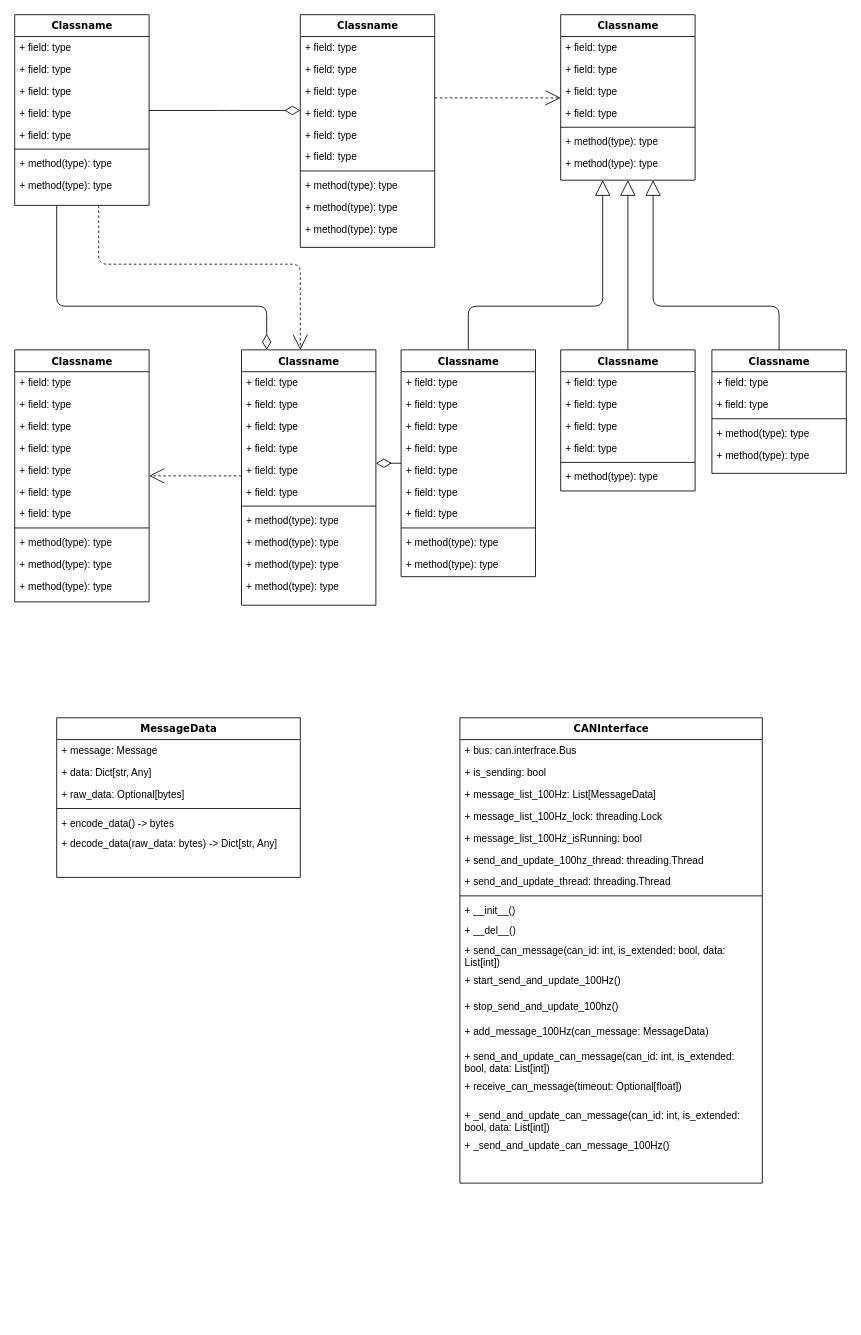
Earlier version of the draw.io diagram Software Diagram.drawio (RaheelFarouk/FSAE-Automated-Regression-Tester). Source tidied: cells renumbered, new cells numbered last; positions are measured from the earlier drawing's top-left corner, leaving out a move shared by most shapes. Both pictures are drawn from the tidied source at 84%, with x=0, y=0 at pixel (14, 14).
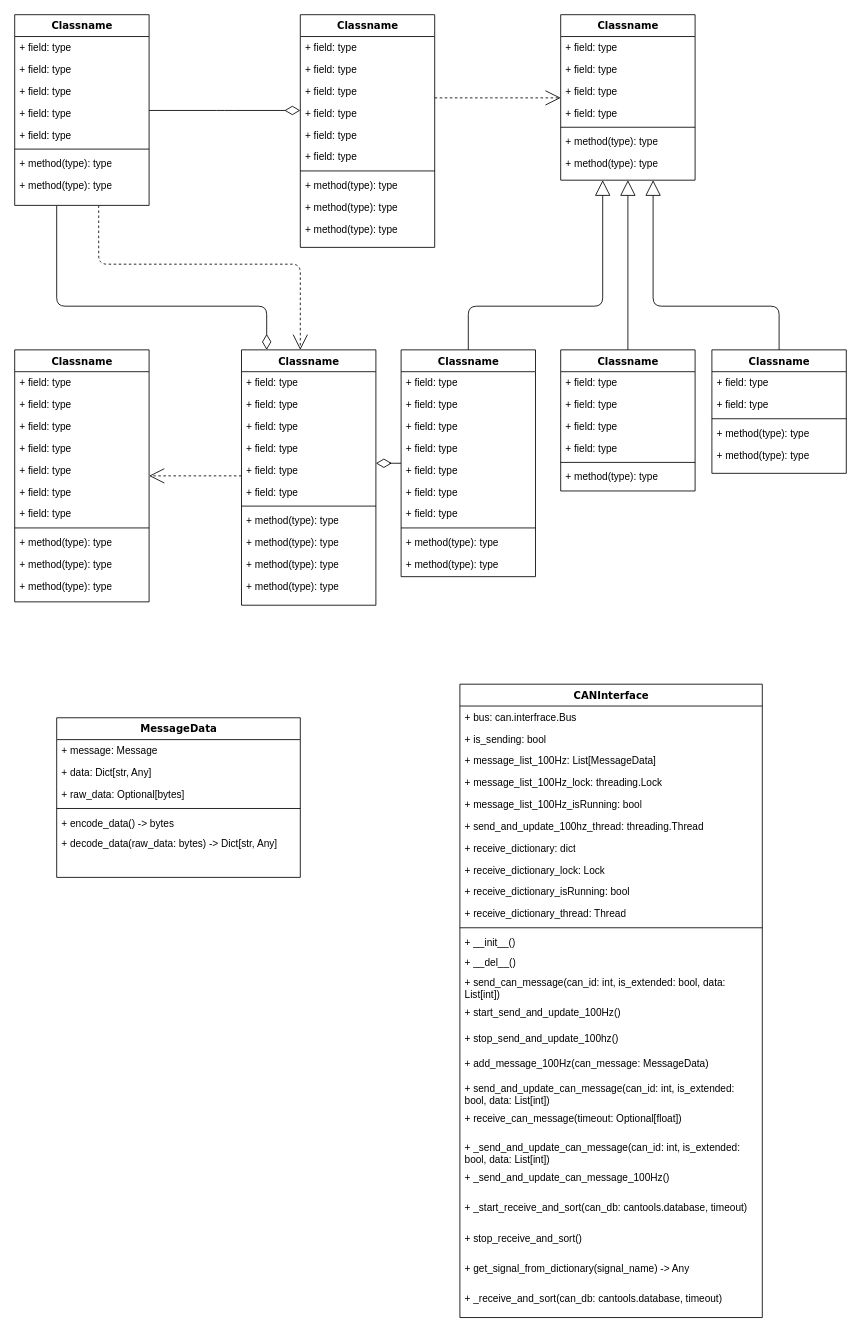
The same diagram, later.

Change to the diagram source:
```diff
@@
     <mxCell id="87" value="CANInterface" style="swimlane;html=1;fontStyle=1;align=center;verticalAlign=top;horizontal=1;startSize=26;swimlaneFillColor=#ffffff;rounded=0;shadow=0;comic=0;labelBackgroundColor=none;strokeWidth=1;fillColor=none;fontFamily=Verdana;fontSize=12;" parent="1" vertex="1">
-      <mxGeometry x="530" y="837" width="360" height="554" as="geometry" />
+      <mxGeometry x="530" y="797" width="360" height="754" as="geometry" />
     </mxCell>
@@
-    <mxCell id="94" value="+&amp;nbsp;send_and_update_thread: threading.Thread" style="text;html=1;strokeColor=none;fillColor=none;align=left;verticalAlign=top;spacingLeft=4;spacingRight=4;whiteSpace=wrap;overflow=hidden;" parent="87" vertex="1">
+    <mxCell id="94" value="+&amp;nbsp;receive_dictionary: dict " style="text;html=1;strokeColor=none;fillColor=none;align=left;verticalAlign=top;spacingLeft=4;spacingRight=4;whiteSpace=wrap;overflow=hidden;" parent="87" vertex="1">
       <mxGeometry y="182" width="360" height="26" as="geometry" />
     </mxCell>
+    <mxCell id="113" value="+&amp;nbsp;receive_dictionary_lock: Lock" style="text;html=1;strokeColor=none;fillColor=none;align=left;verticalAlign=top;spacingLeft=4;spacingRight=4;whiteSpace=wrap;overflow=hidden;" parent="87" vertex="1">
+      <mxGeometry y="208" width="360" height="26" as="geometry" />
+    </mxCell>
+    <mxCell id="114" value="+&amp;nbsp;receive_dictionary_isRunning: bool" style="text;html=1;strokeColor=none;fillColor=none;align=left;verticalAlign=top;spacingLeft=4;spacingRight=4;whiteSpace=wrap;overflow=hidden;" parent="87" vertex="1">
+      <mxGeometry y="234" width="360" height="26" as="geometry" />
+    </mxCell>
+    <mxCell id="115" value="+&amp;nbsp;receive_dictionary_thread: Thread" style="text;html=1;strokeColor=none;fillColor=none;align=left;verticalAlign=top;spacingLeft=4;spacingRight=4;whiteSpace=wrap;overflow=hidden;" parent="87" vertex="1">
+      <mxGeometry y="260" width="360" height="26" as="geometry" />
+    </mxCell>
     <mxCell id="95" style="line;html=1;strokeWidth=1;fillColor=none;align=left;verticalAlign=middle;spacingTop=-1;spacingLeft=3;spacingRight=3;labelPosition=right;" parent="87" vertex="1">
-      <mxGeometry y="208" width="360" height="8" as="geometry" />
+      <mxGeometry y="286" width="360" height="8" as="geometry" />
     </mxCell>
     <mxCell id="96" value="+&amp;nbsp;&lt;span class=&quot;hljs-title function_ invoke__&quot;&gt;__init__&lt;/span&gt;()" style="text;html=1;strokeColor=none;fillColor=none;align=left;verticalAlign=top;spacingLeft=4;spacingRight=4;whiteSpace=wrap;overflow=hidden;" parent="87" vertex="1">
-      <mxGeometry y="216" width="360" height="24" as="geometry" />
+      <mxGeometry y="294" width="360" height="24" as="geometry" />
     </mxCell>
     <mxCell id="97" value="+&amp;nbsp;&lt;span class=&quot;hljs-title function_ invoke__&quot;&gt;__del__&lt;/span&gt;()" style="text;html=1;strokeColor=none;fillColor=none;align=left;verticalAlign=top;spacingLeft=4;spacingRight=4;whiteSpace=wrap;overflow=hidden;" parent="87" vertex="1">
-      <mxGeometry y="240" width="360" height="24" as="geometry" />
+      <mxGeometry y="318" width="360" height="24" as="geometry" />
     </mxCell>
     <mxCell id="98" value="+ send_can_message(can_id: int, is_extended: bool, data: List[int])" style="text;html=1;strokeColor=none;fillColor=none;align=left;verticalAlign=top;spacingLeft=4;spacingRight=4;whiteSpace=wrap;overflow=hidden;" parent="87" vertex="1">
-      <mxGeometry y="264" width="360" height="36" as="geometry" />
+      <mxGeometry y="342" width="360" height="36" as="geometry" />
     </mxCell>
     <mxCell id="99" value="+ start_send_and_update_100Hz()" style="text;html=1;strokeColor=none;fillColor=none;align=left;verticalAlign=top;spacingLeft=4;spacingRight=4;whiteSpace=wrap;overflow=hidden;" parent="87" vertex="1">
-      <mxGeometry y="300" width="360" height="30" as="geometry" />
+      <mxGeometry y="378" width="360" height="30" as="geometry" />
     </mxCell>
     <mxCell id="100" value="+ stop_send_and_update_100hz()" style="text;html=1;strokeColor=none;fillColor=none;align=left;verticalAlign=top;spacingLeft=4;spacingRight=4;whiteSpace=wrap;overflow=hidden;" parent="87" vertex="1">
-      <mxGeometry y="330" width="360" height="30" as="geometry" />
+      <mxGeometry y="408" width="360" height="30" as="geometry" />
     </mxCell>
     <mxCell id="101" value="+&amp;nbsp;add_message_100Hz(can_message: MessageData)" style="text;html=1;strokeColor=none;fillColor=none;align=left;verticalAlign=top;spacingLeft=4;spacingRight=4;whiteSpace=wrap;overflow=hidden;" parent="87" vertex="1">
-      <mxGeometry y="360" width="360" height="30" as="geometry" />
+      <mxGeometry y="438" width="360" height="30" as="geometry" />
     </mxCell>
     <mxCell id="102" value="+&amp;nbsp;send_and_update_can_message(can_id: int, is_extended: bool, data: List[int])" style="text;html=1;strokeColor=none;fillColor=none;align=left;verticalAlign=top;spacingLeft=4;spacingRight=4;whiteSpace=wrap;overflow=hidden;" parent="87" vertex="1">
-      <mxGeometry y="390" width="360" height="36" as="geometry" />
+      <mxGeometry y="468" width="360" height="36" as="geometry" />
     </mxCell>
     <mxCell id="103" value="+&amp;nbsp;receive_can_message(timeout: Optional[float])" style="text;html=1;strokeColor=none;fillColor=none;align=left;verticalAlign=top;spacingLeft=4;spacingRight=4;whiteSpace=wrap;overflow=hidden;" parent="87" vertex="1">
-      <mxGeometry y="426" width="360" height="34" as="geometry" />
+      <mxGeometry y="504" width="360" height="34" as="geometry" />
     </mxCell>
     <mxCell id="104" value="+&amp;nbsp;_send_and_update_can_message(can_id: int, is_extended: bool, data: List[int])" style="text;html=1;strokeColor=none;fillColor=none;align=left;verticalAlign=top;spacingLeft=4;spacingRight=4;whiteSpace=wrap;overflow=hidden;" parent="87" vertex="1">
-      <mxGeometry y="460" width="360" height="36" as="geometry" />
+      <mxGeometry y="538" width="360" height="36" as="geometry" />
     </mxCell>
     <mxCell id="105" value="+&amp;nbsp;_send_and_update_can_message_100Hz()" style="text;html=1;strokeColor=none;fillColor=none;align=left;verticalAlign=top;spacingLeft=4;spacingRight=4;whiteSpace=wrap;overflow=hidden;" parent="87" vertex="1">
-      <mxGeometry y="496" width="360" height="36" as="geometry" />
+      <mxGeometry y="574" width="360" height="36" as="geometry" />
     </mxCell>
+    <mxCell id="116" value="+&amp;nbsp;_&lt;span class=&quot;hljs-built_in&quot;&gt;start_receive_and_sort&lt;/span&gt;(can_db: cantools.database, timeout)" style="text;html=1;strokeColor=none;fillColor=none;align=left;verticalAlign=top;spacingLeft=4;spacingRight=4;whiteSpace=wrap;overflow=hidden;" parent="87" vertex="1">
+      <mxGeometry y="610" width="360" height="36" as="geometry" />
+    </mxCell>
+    <mxCell id="117" value="+&amp;nbsp;&lt;span class=&quot;hljs-built_in&quot;&gt;stop_receive_and_sort&lt;/span&gt;()" style="text;html=1;strokeColor=none;fillColor=none;align=left;verticalAlign=top;spacingLeft=4;spacingRight=4;whiteSpace=wrap;overflow=hidden;" parent="87" vertex="1">
+      <mxGeometry y="646" width="360" height="36" as="geometry" />
+    </mxCell>
+    <mxCell id="118" value="+&amp;nbsp;&lt;span class=&quot;hljs-built_in&quot;&gt;get_signal_from_dictionary&lt;/span&gt;(signal_name) -&amp;gt; Any" style="text;html=1;strokeColor=none;fillColor=none;align=left;verticalAlign=top;spacingLeft=4;spacingRight=4;whiteSpace=wrap;overflow=hidden;" parent="87" vertex="1">
+      <mxGeometry y="682" width="360" height="36" as="geometry" />
+    </mxCell>
+    <mxCell id="119" value="+&amp;nbsp;&lt;span class=&quot;hljs-built_in&quot;&gt;_receive_and_sort&lt;/span&gt;(can_db: cantools.database, timeout)" style="text;html=1;strokeColor=none;fillColor=none;align=left;verticalAlign=top;spacingLeft=4;spacingRight=4;whiteSpace=wrap;overflow=hidden;" parent="87" vertex="1">
+      <mxGeometry y="718" width="360" height="36" as="geometry" />
+    </mxCell>
```
